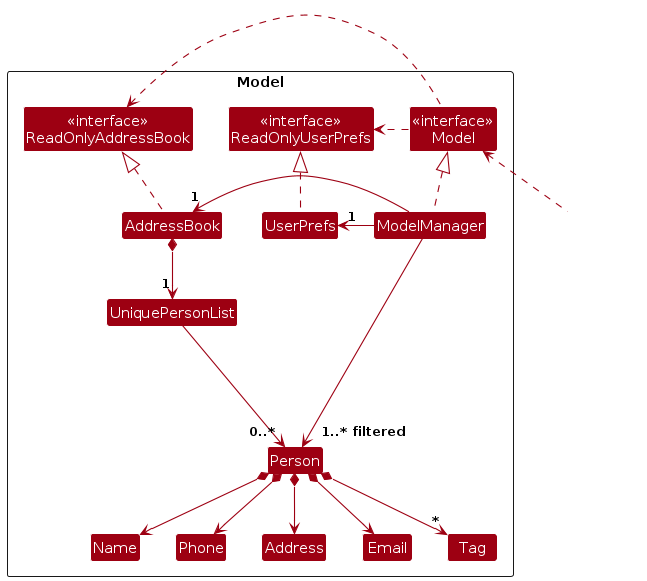
Earlier version of the PlantUML export diagrams/ModelClassDiagram.png (AY2425S2-CS2103-F09-4/tp). Its source is kept beside it as diagrams/ModelClassDiagram.puml.
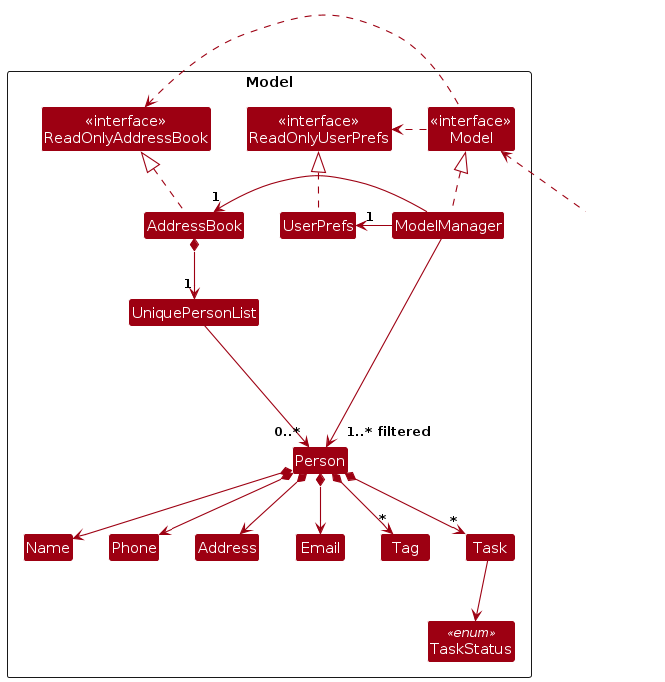
The same diagram one commit later.

Change to the diagram source:
```diff
@@ -4,7 +4,7 @@
 skinparam arrowColor MODEL_COLOR
 skinparam classBackgroundColor MODEL_COLOR
 
-Package Model as ModelPackage <<Rectangle>>{
+Package Model as ModelPackage <<Rectangle>> {
 Class "<<interface>>\nReadOnlyAddressBook" as ReadOnlyAddressBook
 Class "<<interface>>\nReadOnlyUserPrefs" as ReadOnlyUserPrefs
 Class "<<interface>>\nModel" as Model
@@ -19,6 +19,8 @@
 Class Name
 Class Phone
 Class Tag
+Class Task
+Class TaskStatus <<enum>>
 
 Class I #FFFFFF
 }
@@ -42,6 +44,8 @@
 Person *--> Email
 Person *--> Address
 Person *--> "*" Tag
+Person *--> "*" Task
+Task --> TaskStatus
 
 Person -[hidden]up--> I
 UniquePersonList -[hidden]right-> I
```
